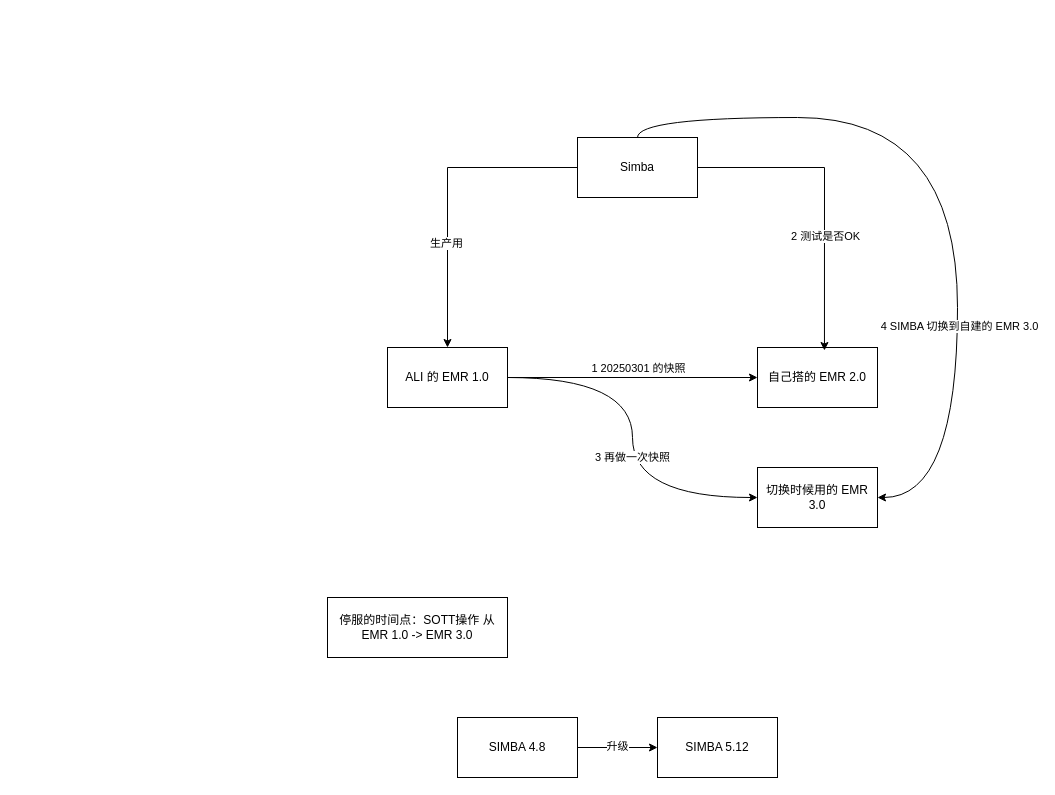
fsJerryChan/fsJerryChan keeps this draw.io diagram as 未命名绘图.drawio. Above is the earlier version. Source tidied: cells renumbered, new cells numbered last; positions are measured from the earlier drawing's top-left corner, leaving out a move shared by most shapes. Both pictures are drawn from the tidied source at 100%, with x=0, y=0 at pixel (327, 117).
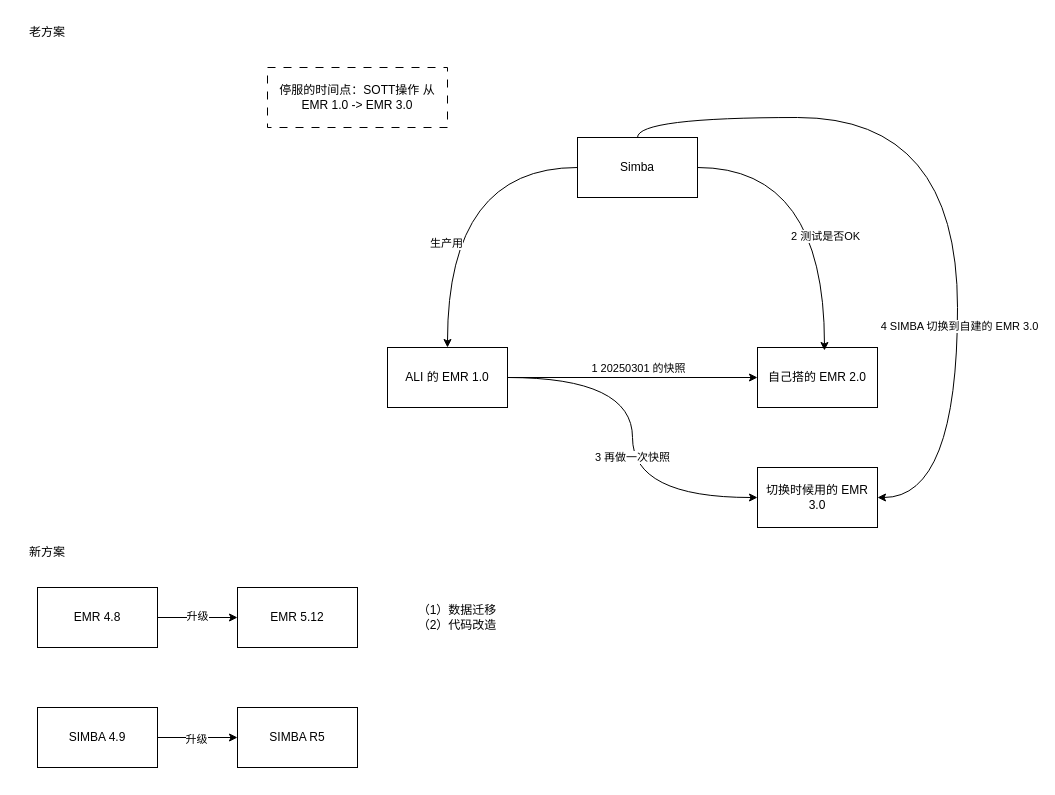
Above is the later version.

Commit message:
更新未命名绘图.drawio

Unchanged cells that the change refers to:
```xml
<mxCell id="6" value="Simba" style="rounded=0;whiteSpace=wrap;html=1;" parent="1" vertex="1">
  <mxGeometry x="250" y="20" width="120" height="60" as="geometry" />
</mxCell>
<mxCell id="11" value="ALI 的 EMR 1.0" style="rounded=0;whiteSpace=wrap;html=1;" parent="1" vertex="1">
  <mxGeometry x="60" y="230" width="120" height="60" as="geometry" />
</mxCell>
<mxCell id="12" value="自己搭的 EMR 2.0" style="rounded=0;whiteSpace=wrap;html=1;" parent="1" vertex="1">
  <mxGeometry x="430" y="230" width="120" height="60" as="geometry" />
</mxCell>
```

Diff of the diagram source:
```diff
@@
-    <mxCell id="2" style="edgeStyle=orthogonalEdgeStyle;rounded=0;jettySize=auto;html=1;entryX=0.5;entryY=0;entryDx=0;entryDy=0;" parent="1" edge="1" source="6" target="11">
+    <mxCell id="2" style="edgeStyle=orthogonalEdgeStyle;rounded=0;jettySize=auto;html=1;entryX=0.5;entryY=0;entryDx=0;entryDy=0;curved=1;" parent="1" edge="1" source="6" target="11">
       <mxGeometry relative="1" as="geometry" />
     </mxCell>
@@
-    <mxCell id="13" style="edgeStyle=orthogonalEdgeStyle;rounded=0;jettySize=auto;html=1;entryX=0.558;entryY=0.05;entryDx=0;entryDy=0;entryPerimeter=0;" parent="1" edge="1" source="6" target="12">
+    <mxCell id="13" style="edgeStyle=orthogonalEdgeStyle;rounded=0;jettySize=auto;html=1;entryX=0.558;entryY=0.05;entryDx=0;entryDy=0;entryPerimeter=0;curved=1;" parent="1" edge="1" source="6" target="12">
       <mxGeometry relative="1" as="geometry" />
     </mxCell>
@@
-    <mxCell id="16" value="停服的时间点：SOTT操作 从 EMR 1.0 -&amp;gt; EMR 3.0" style="rounded=0;whiteSpace=wrap;html=1;" parent="1" vertex="1">
-      <mxGeometry y="480" width="180" height="60" as="geometry" />
+    <mxCell id="16" value="停服的时间点：SOTT操作 从 EMR 1.0 -&amp;gt; EMR 3.0" style="rounded=0;whiteSpace=wrap;html=1;dashed=1;dashPattern=8 8;" parent="1" vertex="1">
+      <mxGeometry x="-60" y="-50" width="180" height="60" as="geometry" />
     </mxCell>
@@
-    <mxCell id="19" value="SIMBA 4.8" style="rounded=0;whiteSpace=wrap;html=1;" parent="1" vertex="1">
-      <mxGeometry x="130" y="600" width="120" height="60" as="geometry" />
+    <mxCell id="19" value="EMR 4.8" style="rounded=0;whiteSpace=wrap;html=1;" parent="1" vertex="1">
+      <mxGeometry x="-290" y="470" width="120" height="60" as="geometry" />
     </mxCell>
-    <mxCell id="20" value="SIMBA 5.12" style="rounded=0;whiteSpace=wrap;html=1;" parent="1" vertex="1">
-      <mxGeometry x="330" y="600" width="120" height="60" as="geometry" />
+    <mxCell id="20" value="EMR 5.12" style="rounded=0;whiteSpace=wrap;html=1;" parent="1" vertex="1">
+      <mxGeometry x="-90" y="470" width="120" height="60" as="geometry" />
     </mxCell>
+    <mxCell id="21" style="edgeStyle=orthogonalEdgeStyle;rounded=0;jettySize=auto;html=1;" parent="1" edge="1" source="23" target="24">
+      <mxGeometry relative="1" as="geometry" />
+    </mxCell>
+    <mxCell id="22" value="升级" style="edgeLabel;html=1;align=center;verticalAlign=middle;" parent="21" vertex="1">
+      <mxGeometry x="-0.05" y="-1" relative="1" as="geometry" />
+    </mxCell>
+    <mxCell id="23" value="SIMBA 4.9" style="rounded=0;whiteSpace=wrap;html=1;" parent="1" vertex="1">
+      <mxGeometry x="-290" y="590" width="120" height="60" as="geometry" />
+    </mxCell>
+    <mxCell id="24" value="SIMBA R5" style="rounded=0;whiteSpace=wrap;html=1;" parent="1" vertex="1">
+      <mxGeometry x="-90" y="590" width="120" height="60" as="geometry" />
+    </mxCell>
+    <mxCell id="25" value="新方案" style="text;strokeColor=none;align=center;fillColor=none;html=1;verticalAlign=middle;whiteSpace=wrap;rounded=0;" parent="1" vertex="1">
+      <mxGeometry x="-310" y="420" width="60" height="30" as="geometry" />
+    </mxCell>
+    <mxCell id="26" value="老方案" style="text;strokeColor=none;align=center;fillColor=none;html=1;verticalAlign=middle;whiteSpace=wrap;rounded=0;" parent="1" vertex="1">
+      <mxGeometry x="-310" y="-100" width="60" height="30" as="geometry" />
+    </mxCell>
+    <mxCell id="27" value="（1）数据迁移&lt;br&gt;（2）代码改造" style="text;strokeColor=none;align=center;fillColor=none;html=1;verticalAlign=middle;whiteSpace=wrap;rounded=0;" parent="1" vertex="1">
+      <mxGeometry x="30" y="485" width="200" height="30" as="geometry" />
+    </mxCell>
```
